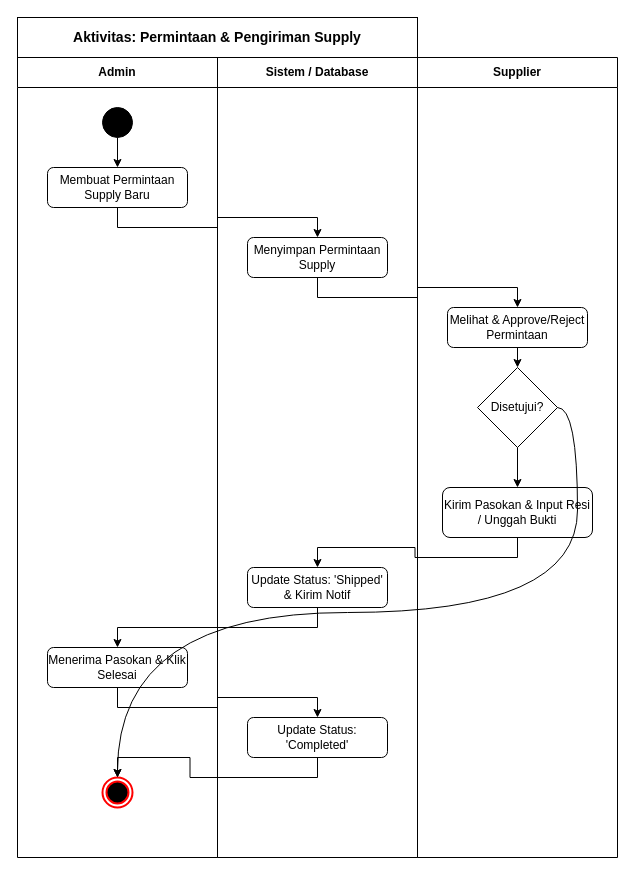
Before: page "Activity: KelolaPermintaanSupplyAdmin" (7 of 9) of diagram-macha/Macha_Diagrams.drawio in FikriBintangx/Macha, a draw.io diagram. Source tidied: cells renumbered, new cells numbered last; positions are measured from the earlier drawing's top-left corner, leaving out a move shared by most shapes. Both pictures are drawn from the tidied source at 100%, with x=0, y=0 at pixel (17, 17).
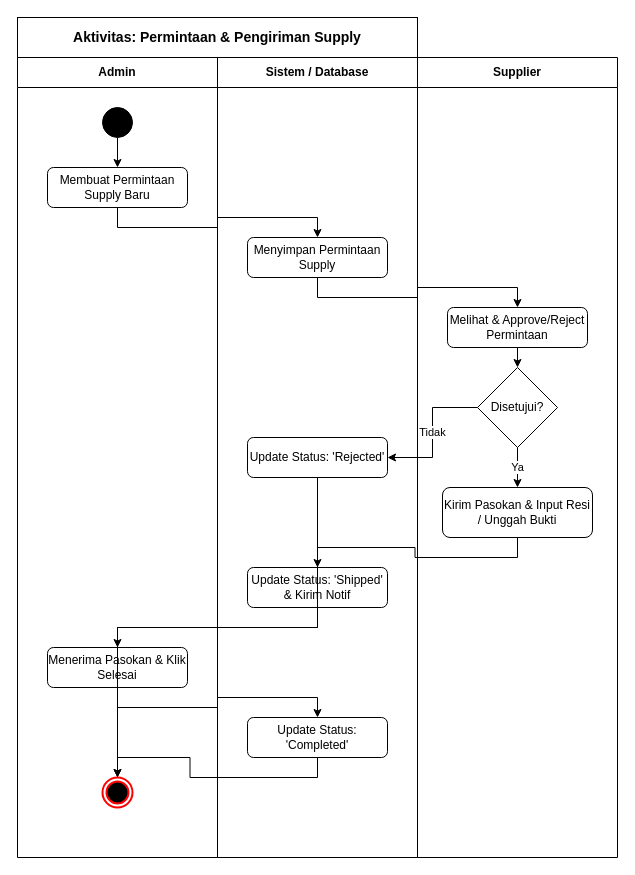
Above is the later version.

The change refers to these unchanged cells:
```xml
<mxCell id="4" value="Sistem / Database" style="swimlane;whiteSpace=wrap;html=1;startSize=30;strokeColor=light-dark(#000000, #ffffff);fillColor=none;fontColor=light-dark(#000000, #ffffff);" parent="1" vertex="1">
  <mxGeometry x="200" y="40" width="200" height="800" as="geometry" />
</mxCell>
<mxCell id="9" style="ellipse;html=1;shape=endState;fillColor=light-dark(#000000, #ffffff);strokeColor=#ff0000;strokeWidth=2;" parent="3" vertex="1">
  <mxGeometry x="85" y="720" width="30" height="30" as="geometry" />
</mxCell>
<mxCell id="14" value="Disetujui?" style="rhombus;whiteSpace=wrap;html=1;strokeColor=light-dark(#000000, #ffffff);fillColor=none;fontColor=light-dark(#000000, #ffffff);" parent="5" vertex="1">
  <mxGeometry x="60" y="310" width="80" height="80" as="geometry" />
</mxCell>
<mxCell id="15" value="Kirim Pasokan &amp; Input Resi / Unggah Bukti" style="rounded=1;whiteSpace=wrap;html=1;strokeColor=light-dark(#000000, #ffffff);fillColor=none;fontColor=light-dark(#000000, #ffffff);" parent="5" vertex="1">
  <mxGeometry x="25" y="430" width="150" height="50" as="geometry" />
</mxCell>
```

The edit, as a diff of the source:
```diff
@@
+    <mxCell id="26" value="Update Status: 'Rejected'" style="rounded=1;whiteSpace=wrap;html=1;strokeColor=light-dark(#000000, #ffffff);fillColor=none;fontColor=light-dark(#000000, #ffffff);" parent="4" vertex="1">
+      <mxGeometry x="30" y="380" width="140" height="40" as="geometry" />
+    </mxCell>
@@
-    <mxCell id="20" style="edgeStyle=orthogonalEdgeStyle;rounded=0;jettySize=auto;html=1;strokeColor=light-dark(#000000, #ffffff);fillColor=none;exitX=0.5;exitY=1;entryX=0.5;entryY=0;" parent="1" edge="1" source="14" target="15">
+    <mxCell id="20" value="Ya" style="edgeStyle=orthogonalEdgeStyle;rounded=0;jettySize=auto;html=1;strokeColor=light-dark(#000000, #ffffff);fillColor=none;exitX=0.5;exitY=1;entryX=0.5;entryY=0;" parent="1" edge="1" source="14" target="15">
       <mxGeometry relative="1" as="geometry" />
     </mxCell>
-    <mxCell id="21" style="edgeStyle=orthogonalEdgeStyle;rounded=0;jettySize=auto;html=1;strokeColor=light-dark(#000000, #ffffff);fillColor=none;exitX=1;exitY=0.5;entryX=0.5;entryY=0;curved=1;" parent="1" edge="1" source="14" target="9">
+    <mxCell id="21" value="Tidak" style="edgeStyle=orthogonalEdgeStyle;rounded=0;jettySize=auto;html=1;strokeColor=light-dark(#000000, #ffffff);fillColor=none;exitX=0;exitY=0.5;entryX=1;entryY=0.5;" parent="1" edge="1" source="14" target="26">
       <mxGeometry relative="1" as="geometry" />
     </mxCell>
+    <mxCell id="27" style="edgeStyle=orthogonalEdgeStyle;rounded=0;jettySize=auto;html=1;strokeColor=light-dark(#000000, #ffffff);fillColor=none;exitX=0.5;exitY=1;entryX=0.5;entryY=0;" parent="1" edge="1" source="26" target="9">
+      <mxGeometry relative="1" as="geometry" />
+    </mxCell>
```
